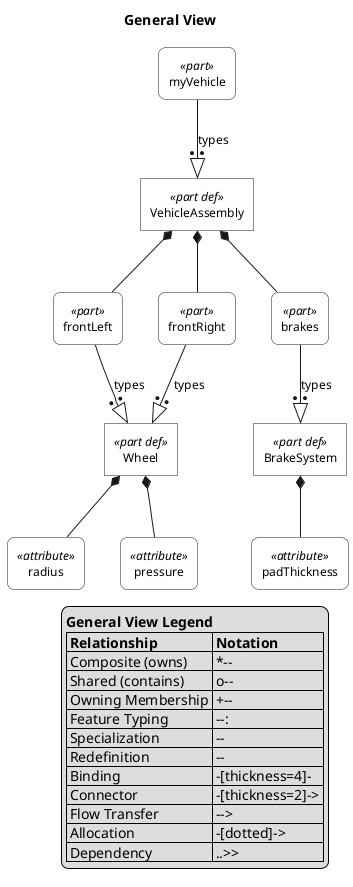
This is plantuml-examples/07-general-view.png from mycr0ft/sysmlpy, a PlantUML export, as it was before one commit.
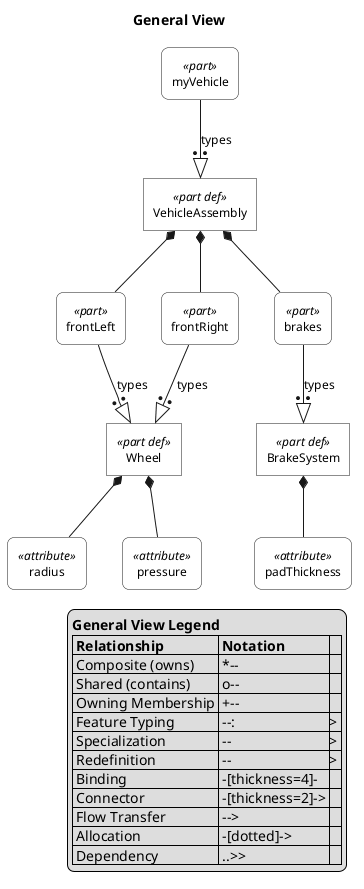
After the commit.

What changed in the source:
```diff
@@ -150,25 +150,25 @@
 
 rectangle "Wheel" as E1 <<part def>>
 rectangle "radius" as E2 <<attribute>>
-rectangle "pressure" as E3 <<attribute>>
-rectangle "BrakeSystem" as E4 <<part def>>
-rectangle "padThickness" as E5 <<attribute>>
-rectangle "VehicleAssembly" as E6 <<part def>>
-rectangle "frontLeft" as E7 <<part>>
-rectangle "frontRight" as E8 <<part>>
-rectangle "brakes" as E9 <<part>>
-rectangle "myVehicle" as E10 <<part>>
+rectangle "pressure" as E4 <<attribute>>
+rectangle "BrakeSystem" as E6 <<part def>>
+rectangle "padThickness" as E7 <<attribute>>
+rectangle "VehicleAssembly" as E9 <<part def>>
+rectangle "frontLeft" as E10 <<part>>
+rectangle "frontRight" as E11 <<part>>
+rectangle "brakes" as E12 <<part>>
+rectangle "myVehicle" as E13 <<part>>
 
 E1 *-- E2
-E1 *-- E3
-E4 *-- E5
+E1 *-- E4
 E6 *-- E7
-E7 --:|> E1 : types
-E6 *-- E8
-E8 --:|> E1 : types
-E6 *-- E9
-E9 --:|> E4 : types
-E10 --:|> E6 : types
+E9 *-- E10
+E10 --:|> E1 : types
+E9 *-- E11
+E11 --:|> E1 : types
+E9 *-- E12
+E12 --:|> E6 : types
+E13 --:|> E9 : types
 
 legend right
   <b>General View Legend</b>
```
